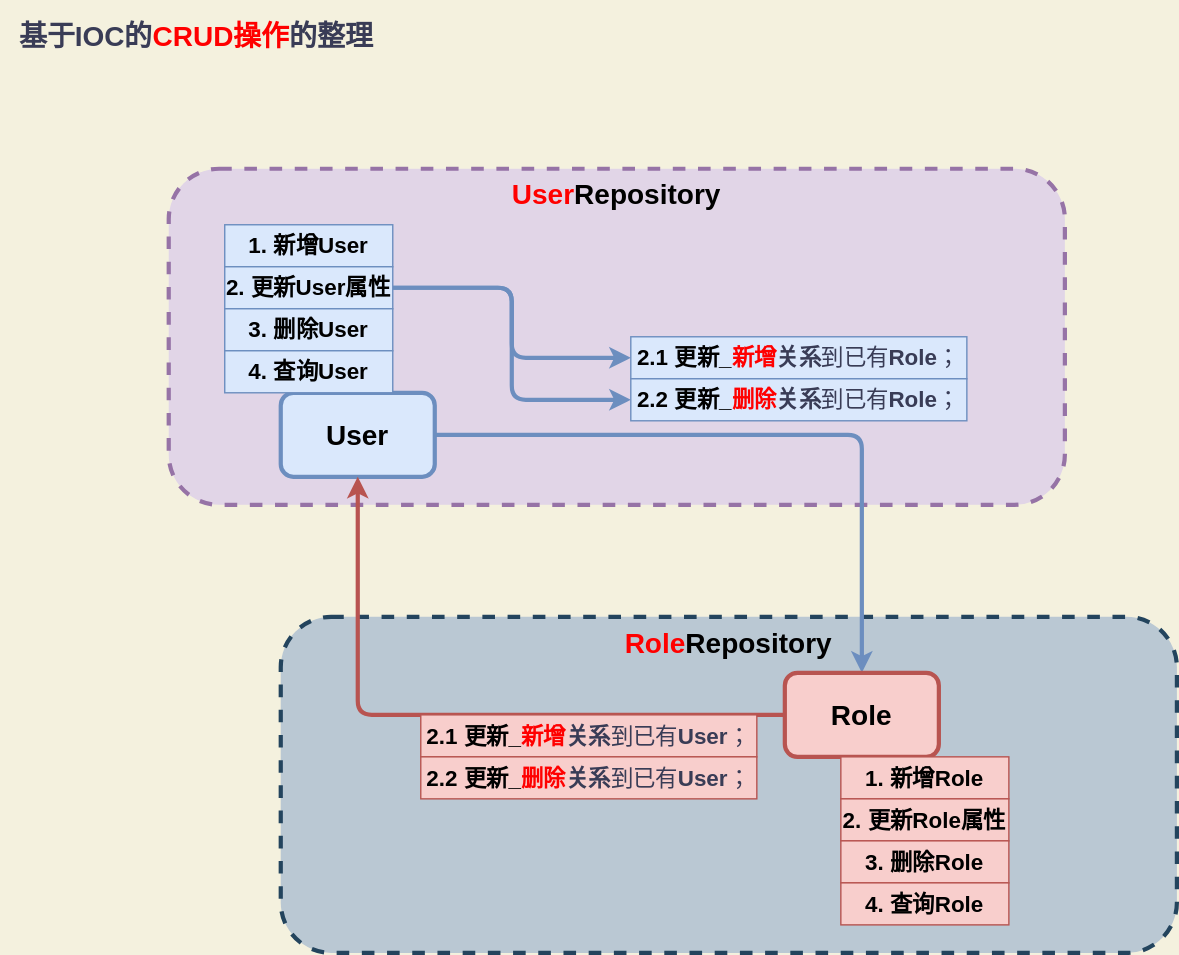
Jinhua-Lee/Learning keeps this draw.io diagram as src/main/resources/images/design/09_基于IOC的CRUD思考.svg. Above is the earlier version. Source tidied: cells renumbered, new cells last; positions are measured from the earlier drawing's top-left corner, leaving out a move shared by most shapes.
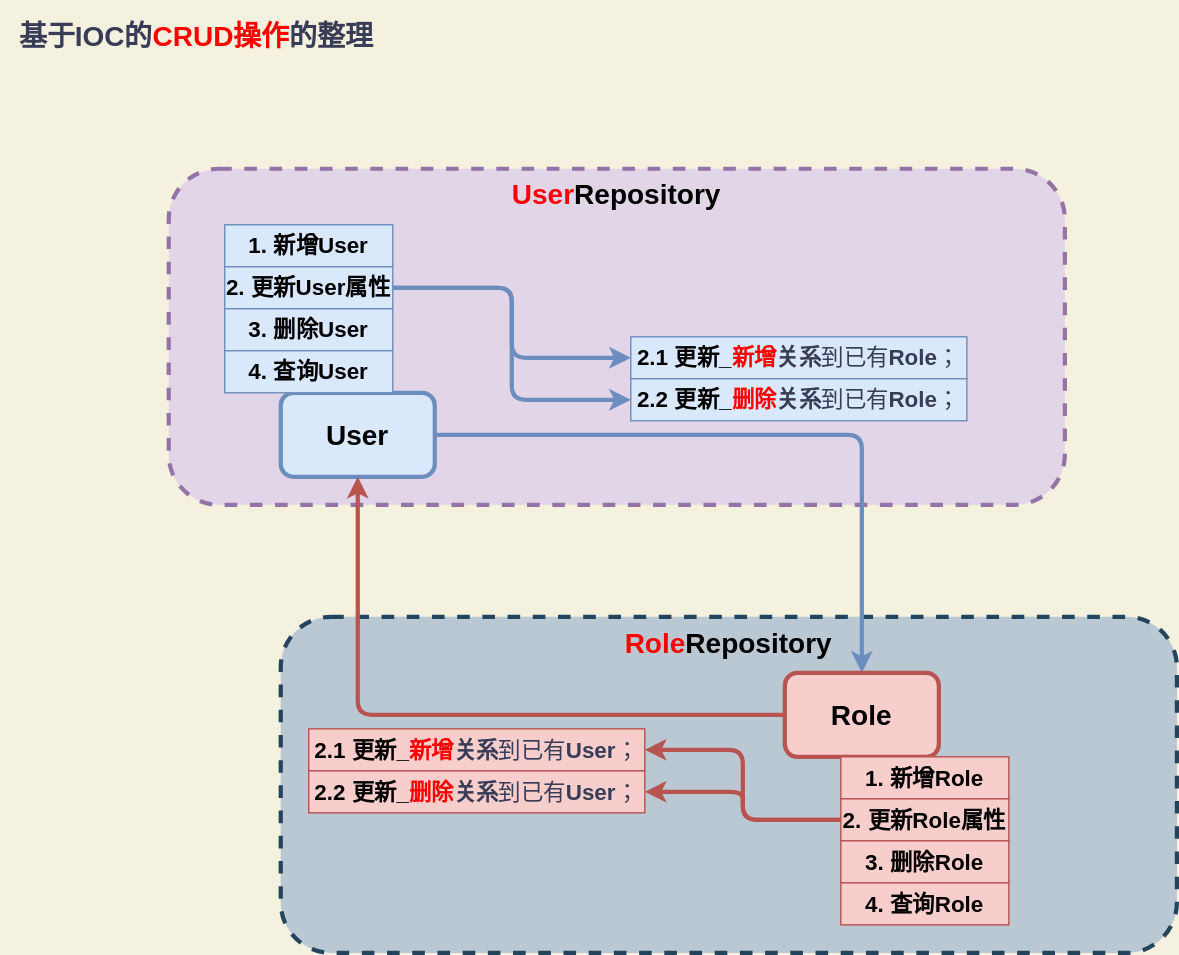
The same diagram one commit later.

The edit, as a diff of the source:
```diff
@@ -47,6 +47,12 @@
     <mxCell id="16" value="&lt;font style=&quot;font-size: 16px&quot;&gt;&lt;b&gt;1. 新增Role&lt;/b&gt;&lt;/font&gt;" style="rounded=0;whiteSpace=wrap;html=1;sketch=0;strokeColor=#b85450;strokeWidth=1;fillColor=#f8cecc;" parent="1" vertex="1">
       <mxGeometry x="600" y="540" width="120" height="30" as="geometry" />
     </mxCell>
+    <mxCell id="23" style="edgeStyle=orthogonalEdgeStyle;curved=0;sketch=0;jettySize=auto;html=1;entryX=1;entryY=0.5;entryDx=0;entryDy=0;strokeColor=#b85450;strokeWidth=3;fillColor=#f8cecc;fontColor=#393C56;" parent="1" edge="1" source="17" target="20">
+      <mxGeometry relative="1" as="geometry" />
+    </mxCell>
+    <mxCell id="24" style="edgeStyle=orthogonalEdgeStyle;curved=0;sketch=0;jettySize=auto;html=1;entryX=1;entryY=0.5;entryDx=0;entryDy=0;strokeColor=#b85450;strokeWidth=3;fillColor=#f8cecc;fontColor=#393C56;" parent="1" edge="1" source="17" target="21">
+      <mxGeometry relative="1" as="geometry" />
+    </mxCell>
     <mxCell id="17" value="&lt;font style=&quot;font-size: 16px&quot;&gt;&lt;b&gt;2. 更新Role属性&lt;/b&gt;&lt;/font&gt;" style="rounded=0;whiteSpace=wrap;html=1;sketch=0;strokeColor=#b85450;strokeWidth=1;fillColor=#f8cecc;" parent="1" vertex="1">
       <mxGeometry x="600" y="570" width="120" height="30" as="geometry" />
     </mxCell>
@@ -57,10 +63,10 @@
       <mxGeometry x="600" y="630" width="120" height="30" as="geometry" />
     </mxCell>
     <mxCell id="20" value="&lt;font style=&quot;font-size: 16px&quot;&gt;&lt;b&gt;2.1 更新_&lt;/b&gt;&lt;/font&gt;&lt;b style=&quot;color: rgb(57 , 60 , 86) ; font-size: 16px&quot;&gt;&lt;font color=&quot;#ff0000&quot;&gt;新增&lt;/font&gt;关系&lt;/b&gt;&lt;span style=&quot;color: rgb(57 , 60 , 86) ; font-size: 16px&quot;&gt;到已有&lt;/span&gt;&lt;b style=&quot;color: rgb(57 , 60 , 86) ; font-size: 16px&quot;&gt;User&lt;/b&gt;&lt;span style=&quot;color: rgb(57 , 60 , 86) ; font-size: 16px&quot;&gt;；&lt;/span&gt;" style="rounded=0;whiteSpace=wrap;html=1;sketch=0;strokeColor=#b85450;strokeWidth=1;fillColor=#f8cecc;" parent="1" vertex="1">
-      <mxGeometry x="300" y="510" width="240" height="30" as="geometry" />
+      <mxGeometry x="220" y="520" width="240" height="30" as="geometry" />
     </mxCell>
     <mxCell id="21" value="&lt;font style=&quot;font-size: 16px&quot;&gt;&lt;b&gt;2.2 更新_&lt;/b&gt;&lt;/font&gt;&lt;b style=&quot;color: rgb(57 , 60 , 86) ; font-size: 16px&quot;&gt;&lt;font color=&quot;#ff0000&quot;&gt;删除&lt;/font&gt;关系&lt;/b&gt;&lt;span style=&quot;color: rgb(57 , 60 , 86) ; font-size: 16px&quot;&gt;到已有&lt;b&gt;User&lt;/b&gt;&lt;/span&gt;&lt;span style=&quot;color: rgb(57 , 60 , 86) ; font-size: 16px&quot;&gt;；&lt;/span&gt;" style="rounded=0;whiteSpace=wrap;html=1;sketch=0;strokeColor=#b85450;strokeWidth=1;fillColor=#f8cecc;" parent="1" vertex="1">
-      <mxGeometry x="300" y="540" width="240" height="30" as="geometry" />
+      <mxGeometry x="220" y="550" width="240" height="30" as="geometry" />
     </mxCell>
     <mxCell id="22" value="&lt;font style=&quot;font-size: 20px&quot;&gt;&lt;b&gt;基于IOC的&lt;/b&gt;&lt;b&gt;&lt;font color=&quot;#ff0000&quot;&gt;CRUD&lt;/font&gt;&lt;/b&gt;&lt;b&gt;&lt;font color=&quot;#ff0000&quot;&gt;操作&lt;/font&gt;的整理&lt;/b&gt;&lt;/font&gt;" style="text;html=1;strokeColor=none;fillColor=none;align=center;verticalAlign=middle;whiteSpace=wrap;rounded=0;dashed=1;sketch=0;fontColor=#393C56;" parent="1" vertex="1">
       <mxGeometry width="280" height="50" as="geometry" />
```
